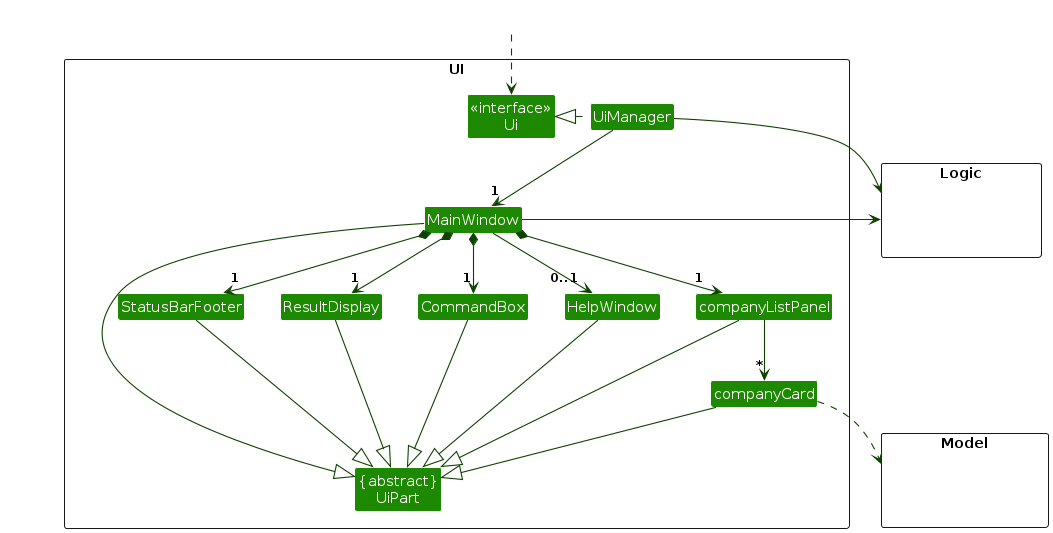
The PlantUML diagram diagrams/UiClassDiagram.png in AY2425S1-CS2103T-T09-1/tp, before a commit. Its source is kept beside it as diagrams/UiClassDiagram.puml. The source it was exported from:
```plantuml
@startuml
!include style.puml
skinparam arrowThickness 1.1
skinparam arrowColor UI_COLOR_T4
skinparam classBackgroundColor UI_COLOR

package UI <<Rectangle>>{
Class "<<interface>>\nUi" as Ui
Class "{abstract}\nUiPart" as UiPart
Class UiManager
Class MainWindow
Class HelpWindow
Class ResultDisplay
Class companyListPanel
Class companyCard
Class StatusBarFooter
Class CommandBox
}

package Model <<Rectangle>> {
Class HiddenModel #FFFFFF
}

package Logic <<Rectangle>> {
Class HiddenLogic #FFFFFF
}

Class HiddenOutside #FFFFFF
HiddenOutside ..> Ui

UiManager .left.|> Ui
UiManager -down-> "1" MainWindow
MainWindow *-down->  "1" CommandBox
MainWindow *-down-> "1" ResultDisplay
MainWindow *-down-> "1" companyListPanel
MainWindow *-down-> "1" StatusBarFooter
MainWindow --> "0..1" HelpWindow

companyListPanel -down-> "*" companyCard

MainWindow -left-|> UiPart

ResultDisplay --|> UiPart
CommandBox --|> UiPart
companyListPanel --|> UiPart
companyCard --|> UiPart
StatusBarFooter --|> UiPart
HelpWindow --|> UiPart

companyCard ..> Model
UiManager -right-> Logic
MainWindow -left-> Logic

companyListPanel -[hidden]left- HelpWindow
HelpWindow -[hidden]left- CommandBox
CommandBox -[hidden]left- ResultDisplay
ResultDisplay -[hidden]left- StatusBarFooter

MainWindow -[hidden]-|> UiPart
@enduml
```
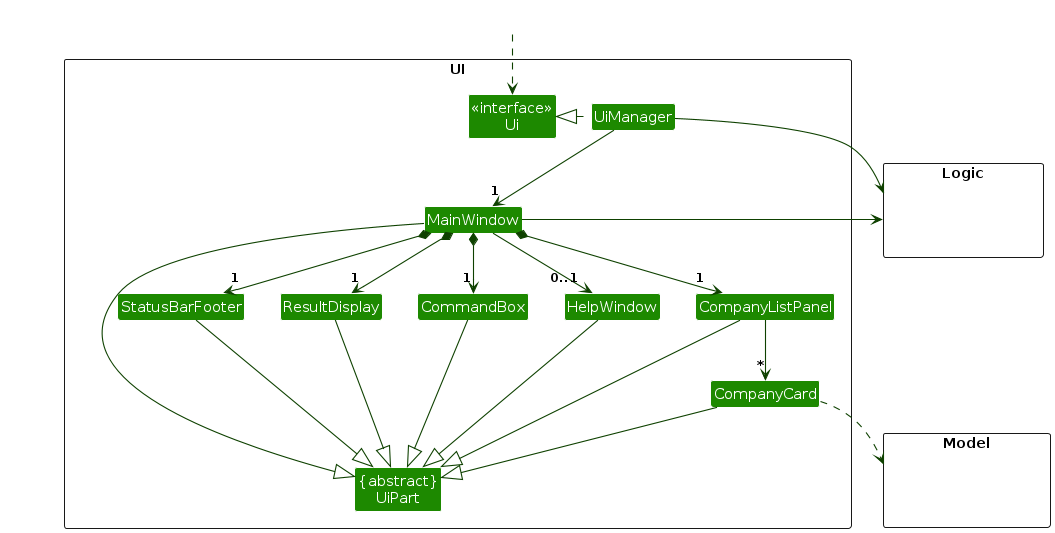
Above is the later version.

Change to the diagram source:
```diff
@@ -11,8 +11,8 @@
 Class MainWindow
 Class HelpWindow
 Class ResultDisplay
-Class companyListPanel
-Class companyCard
+Class CompanyListPanel
+Class CompanyCard
 Class StatusBarFooter
 Class CommandBox
 }
@@ -32,26 +32,26 @@
 UiManager -down-> "1" MainWindow
 MainWindow *-down->  "1" CommandBox
 MainWindow *-down-> "1" ResultDisplay
-MainWindow *-down-> "1" companyListPanel
+MainWindow *-down-> "1" CompanyListPanel
 MainWindow *-down-> "1" StatusBarFooter
 MainWindow --> "0..1" HelpWindow
 
-companyListPanel -down-> "*" companyCard
+CompanyListPanel -down-> "*" CompanyCard
 
 MainWindow -left-|> UiPart
 
 ResultDisplay --|> UiPart
 CommandBox --|> UiPart
-companyListPanel --|> UiPart
-companyCard --|> UiPart
+CompanyListPanel --|> UiPart
+CompanyCard --|> UiPart
 StatusBarFooter --|> UiPart
 HelpWindow --|> UiPart
 
-companyCard ..> Model
+CompanyCard ..> Model
 UiManager -right-> Logic
 MainWindow -left-> Logic
 
-companyListPanel -[hidden]left- HelpWindow
+CompanyListPanel -[hidden]left- HelpWindow
 HelpWindow -[hidden]left- CommandBox
 CommandBox -[hidden]left- ResultDisplay
 ResultDisplay -[hidden]left- StatusBarFooter
```
